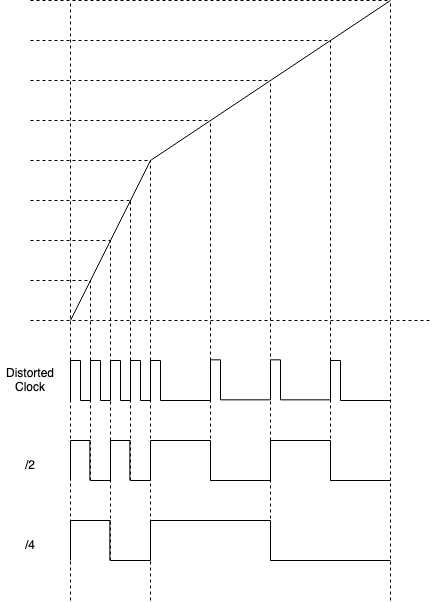
Above: docs/images/clock_divider_swing.drawio.png in pigatron-industries/xen_octasource (draw.io), before the change. Source tidied: cells renumbered, new cells last; positions are measured from the earlier drawing's top-left corner, leaving out a move shared by most shapes.
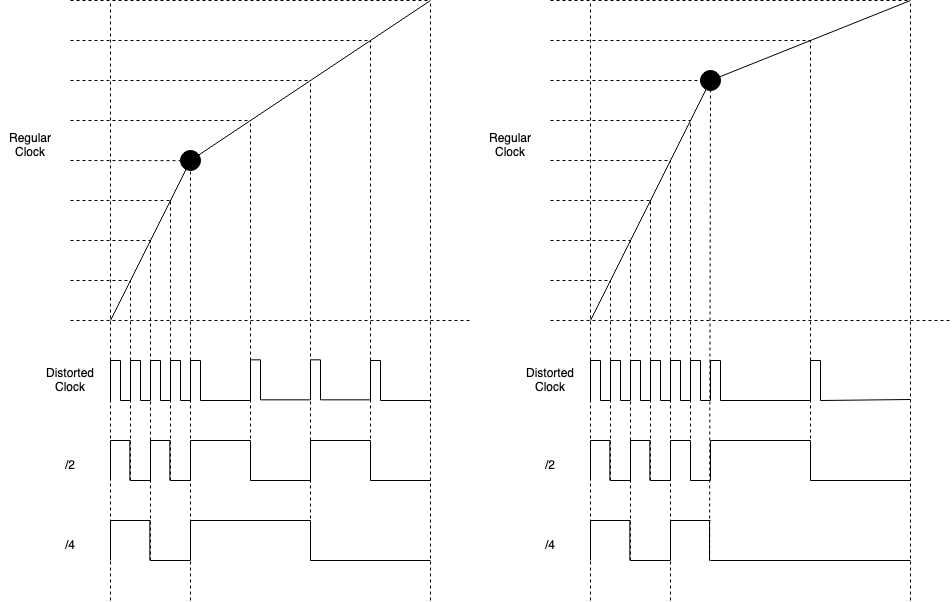
Above is the later version.

Change to the diagram source:
```diff
@@ -40,5 +40,4 @@
     </mxCell>
-    <mxCell id="8" style="endArrow=none;dashed=1;html=1;strokeColor=#000000;" parent="1" edge="1">
+    <mxCell id="8" style="endArrow=none;dashed=1;html=1;strokeColor=#000000;startArrow=none;" parent="1" edge="1" source="171">
       <mxGeometry relative="1" as="geometry">
-        <mxPoint x="30" y="160" as="sourcePoint" />
         <mxPoint x="150" y="160" as="targetPoint" />
@@ -481,2 +480,503 @@
     </mxCell>
+    <mxCell id="85" value="Regular Clock" style="text;html=1;strokeColor=none;fillColor=none;align=center;verticalAlign=middle;whiteSpace=wrap;rounded=0;" parent="1" vertex="1">
+      <mxGeometry x="-40" y="130" width="60" height="30" as="geometry" />
+    </mxCell>
+    <mxCell id="86" style="endArrow=none;dashed=1;html=1;strokeColor=#000000;" parent="1" edge="1">
+      <mxGeometry relative="1" as="geometry">
+        <mxPoint x="510" y="320" as="sourcePoint" />
+        <mxPoint x="910" y="320" as="targetPoint" />
+      </mxGeometry>
+    </mxCell>
+    <mxCell id="87" style="endArrow=none;html=1;rounded=0;" parent="1" edge="1">
+      <mxGeometry relative="1" as="geometry">
+        <mxPoint x="670" y="80" as="sourcePoint" />
+        <mxPoint x="550" y="320" as="targetPoint" />
+      </mxGeometry>
+    </mxCell>
+    <mxCell id="88" style="endArrow=none;html=1;rounded=0;" parent="1" edge="1">
+      <mxGeometry relative="1" as="geometry">
+        <mxPoint x="870" as="sourcePoint" />
+        <mxPoint x="670" y="80" as="targetPoint" />
+      </mxGeometry>
+    </mxCell>
+    <mxCell id="89" style="endArrow=none;dashed=1;html=1;strokeColor=#000000;" parent="1" edge="1">
+      <mxGeometry relative="1" as="geometry">
+        <mxPoint x="510" y="280" as="sourcePoint" />
+        <mxPoint x="570" y="280" as="targetPoint" />
+      </mxGeometry>
+    </mxCell>
+    <mxCell id="90" style="endArrow=none;dashed=1;html=1;strokeColor=#000000;" parent="1" edge="1">
+      <mxGeometry relative="1" as="geometry">
+        <mxPoint x="510" y="240" as="sourcePoint" />
+        <mxPoint x="590" y="240" as="targetPoint" />
+      </mxGeometry>
+    </mxCell>
+    <mxCell id="91" style="endArrow=none;dashed=1;html=1;strokeColor=#000000;rounded=0;" parent="1" edge="1">
+      <mxGeometry relative="1" as="geometry">
+        <mxPoint x="510" y="200" as="sourcePoint" />
+        <mxPoint x="610" y="200" as="targetPoint" />
+      </mxGeometry>
+    </mxCell>
+    <mxCell id="92" style="endArrow=none;dashed=1;html=1;strokeColor=#000000;" parent="1" edge="1">
+      <mxGeometry relative="1" as="geometry">
+        <mxPoint x="510" y="160" as="sourcePoint" />
+        <mxPoint x="630" y="160" as="targetPoint" />
+      </mxGeometry>
+    </mxCell>
+    <mxCell id="93" style="endArrow=none;dashed=1;html=1;strokeColor=#000000;" parent="1" edge="1">
+      <mxGeometry relative="1" as="geometry">
+        <mxPoint x="510" y="120" as="sourcePoint" />
+        <mxPoint x="650" y="120" as="targetPoint" />
+      </mxGeometry>
+    </mxCell>
+    <mxCell id="94" style="endArrow=none;dashed=1;html=1;strokeColor=#000000;" parent="1" edge="1">
+      <mxGeometry relative="1" as="geometry">
+        <mxPoint x="510" y="80" as="sourcePoint" />
+        <mxPoint x="670" y="80" as="targetPoint" />
+      </mxGeometry>
+    </mxCell>
+    <mxCell id="95" style="endArrow=none;dashed=1;html=1;strokeColor=#000000;" parent="1" edge="1">
+      <mxGeometry relative="1" as="geometry">
+        <mxPoint x="510" y="40" as="sourcePoint" />
+        <mxPoint x="770" y="40" as="targetPoint" />
+      </mxGeometry>
+    </mxCell>
+    <mxCell id="96" style="endArrow=none;dashed=1;html=1;strokeColor=#000000;" parent="1" edge="1">
+      <mxGeometry relative="1" as="geometry">
+        <mxPoint x="510" as="sourcePoint" />
+        <mxPoint x="870" as="targetPoint" />
+      </mxGeometry>
+    </mxCell>
+    <mxCell id="97" style="endArrow=none;dashed=1;html=1;strokeWidth=1;rounded=0;startArrow=none;" parent="1" edge="1" source="173">
+      <mxGeometry relative="1" as="geometry">
+        <mxPoint x="669" y="80" as="targetPoint" />
+      </mxGeometry>
+    </mxCell>
+    <mxCell id="98" style="endArrow=none;dashed=1;html=1;strokeWidth=1;rounded=0;" parent="1" edge="1">
+      <mxGeometry relative="1" as="geometry">
+        <mxPoint x="630" y="600" as="sourcePoint" />
+        <mxPoint x="630" y="160" as="targetPoint" />
+      </mxGeometry>
+    </mxCell>
+    <mxCell id="99" style="endArrow=none;dashed=1;html=1;strokeWidth=1;rounded=0;" parent="1" edge="1">
+      <mxGeometry relative="1" as="geometry">
+        <mxPoint x="650" y="480" as="sourcePoint" />
+        <mxPoint x="650" y="120" as="targetPoint" />
+      </mxGeometry>
+    </mxCell>
+    <mxCell id="100" style="endArrow=none;dashed=1;html=1;strokeWidth=1;rounded=0;" parent="1" edge="1">
+      <mxGeometry relative="1" as="geometry">
+        <mxPoint x="550" y="600" as="sourcePoint" />
+        <mxPoint x="550" as="targetPoint" />
+      </mxGeometry>
+    </mxCell>
+    <mxCell id="101" style="endArrow=none;dashed=1;html=1;strokeWidth=1;rounded=0;" parent="1" edge="1">
+      <mxGeometry relative="1" as="geometry">
+        <mxPoint x="570" y="480" as="sourcePoint" />
+        <mxPoint x="570" y="280" as="targetPoint" />
+      </mxGeometry>
+    </mxCell>
+    <mxCell id="102" style="endArrow=none;dashed=1;html=1;strokeWidth=1;rounded=0;" parent="1" edge="1">
+      <mxGeometry relative="1" as="geometry">
+        <mxPoint x="590" y="560" as="sourcePoint" />
+        <mxPoint x="590" y="240" as="targetPoint" />
+      </mxGeometry>
+    </mxCell>
+    <mxCell id="103" style="endArrow=none;dashed=1;html=1;strokeWidth=1;rounded=0;" parent="1" edge="1">
+      <mxGeometry relative="1" as="geometry">
+        <mxPoint x="610" y="480" as="sourcePoint" />
+        <mxPoint x="610" y="200" as="targetPoint" />
+      </mxGeometry>
+    </mxCell>
+    <mxCell id="104" style="endArrow=none;dashed=1;html=1;strokeWidth=1;rounded=0;" parent="1" edge="1">
+      <mxGeometry relative="1" as="geometry">
+        <mxPoint x="770" y="480" as="sourcePoint" />
+        <mxPoint x="770" y="40" as="targetPoint" />
+      </mxGeometry>
+    </mxCell>
+    <mxCell id="105" style="endArrow=none;dashed=1;html=1;strokeWidth=1;rounded=0;" parent="1" edge="1">
+      <mxGeometry relative="1" as="geometry">
+        <mxPoint x="870" y="600" as="sourcePoint" />
+        <mxPoint x="870" as="targetPoint" />
+      </mxGeometry>
+    </mxCell>
+    <mxCell id="106" style="group;" parent="1" vertex="1">
+      <mxGeometry x="550" y="360" width="20" height="40" as="geometry" />
+    </mxCell>
+    <mxCell id="107" style="endArrow=none;html=1;rounded=0;" parent="106" edge="1">
+      <mxGeometry relative="1" as="geometry">
+        <mxPoint y="40" as="sourcePoint" />
+        <mxPoint as="targetPoint" />
+      </mxGeometry>
+    </mxCell>
+    <mxCell id="108" style="endArrow=none;html=1;rounded=0;" parent="106" edge="1">
+      <mxGeometry relative="1" as="geometry">
+        <mxPoint x="10" as="sourcePoint" />
+        <mxPoint as="targetPoint" />
+      </mxGeometry>
+    </mxCell>
+    <mxCell id="109" style="endArrow=none;html=1;rounded=0;" parent="106" edge="1">
+      <mxGeometry relative="1" as="geometry">
+        <mxPoint x="10" y="40" as="sourcePoint" />
+        <mxPoint x="10" as="targetPoint" />
+      </mxGeometry>
+    </mxCell>
+    <mxCell id="110" style="endArrow=none;html=1;rounded=0;" parent="106" edge="1">
+      <mxGeometry relative="1" as="geometry">
+        <mxPoint x="20" y="40" as="sourcePoint" />
+        <mxPoint x="10" y="40" as="targetPoint" />
+      </mxGeometry>
+    </mxCell>
+    <mxCell id="111" style="group;" parent="1" vertex="1">
+      <mxGeometry x="570" y="360" width="20" height="40" as="geometry" />
+    </mxCell>
+    <mxCell id="112" style="endArrow=none;html=1;rounded=0;" parent="111" edge="1">
+      <mxGeometry relative="1" as="geometry">
+        <mxPoint y="40" as="sourcePoint" />
+        <mxPoint as="targetPoint" />
+      </mxGeometry>
+    </mxCell>
+    <mxCell id="113" style="endArrow=none;html=1;rounded=0;" parent="111" edge="1">
+      <mxGeometry relative="1" as="geometry">
+        <mxPoint x="10" as="sourcePoint" />
+        <mxPoint as="targetPoint" />
+      </mxGeometry>
+    </mxCell>
+    <mxCell id="114" style="endArrow=none;html=1;rounded=0;" parent="111" edge="1">
+      <mxGeometry relative="1" as="geometry">
+        <mxPoint x="10" y="40" as="sourcePoint" />
+        <mxPoint x="10" as="targetPoint" />
+      </mxGeometry>
+    </mxCell>
+    <mxCell id="115" style="endArrow=none;html=1;rounded=0;" parent="111" edge="1">
+      <mxGeometry relative="1" as="geometry">
+        <mxPoint x="20" y="40" as="sourcePoint" />
+        <mxPoint x="10" y="40" as="targetPoint" />
+      </mxGeometry>
+    </mxCell>
+    <mxCell id="116" style="group;" parent="1" vertex="1">
+      <mxGeometry x="590" y="360" width="20" height="40" as="geometry" />
+    </mxCell>
+    <mxCell id="117" style="endArrow=none;html=1;rounded=0;" parent="116" edge="1">
+      <mxGeometry relative="1" as="geometry">
+        <mxPoint y="40" as="sourcePoint" />
+        <mxPoint as="targetPoint" />
+      </mxGeometry>
+    </mxCell>
+    <mxCell id="118" style="endArrow=none;html=1;rounded=0;" parent="116" edge="1">
+      <mxGeometry relative="1" as="geometry">
+        <mxPoint x="10" as="sourcePoint" />
+        <mxPoint as="targetPoint" />
+      </mxGeometry>
+    </mxCell>
+    <mxCell id="119" style="endArrow=none;html=1;rounded=0;" parent="116" edge="1">
+      <mxGeometry relative="1" as="geometry">
+        <mxPoint x="10" y="40" as="sourcePoint" />
+        <mxPoint x="10" as="targetPoint" />
+      </mxGeometry>
+    </mxCell>
+    <mxCell id="120" style="endArrow=none;html=1;rounded=0;" parent="116" edge="1">
+      <mxGeometry relative="1" as="geometry">
+        <mxPoint x="20" y="40" as="sourcePoint" />
+        <mxPoint x="10" y="40" as="targetPoint" />
+      </mxGeometry>
+    </mxCell>
+    <mxCell id="121" style="group;" parent="1" vertex="1">
+      <mxGeometry x="610" y="360" width="20" height="40" as="geometry" />
+    </mxCell>
+    <mxCell id="122" style="endArrow=none;html=1;rounded=0;" parent="121" edge="1">
+      <mxGeometry relative="1" as="geometry">
+        <mxPoint y="40" as="sourcePoint" />
+        <mxPoint as="targetPoint" />
+      </mxGeometry>
+    </mxCell>
+    <mxCell id="123" style="endArrow=none;html=1;rounded=0;" parent="121" edge="1">
+      <mxGeometry relative="1" as="geometry">
+        <mxPoint x="10" as="sourcePoint" />
+        <mxPoint as="targetPoint" />
+      </mxGeometry>
+    </mxCell>
+    <mxCell id="124" style="endArrow=none;html=1;rounded=0;" parent="121" edge="1">
+      <mxGeometry relative="1" as="geometry">
+        <mxPoint x="10" y="40" as="sourcePoint" />
+        <mxPoint x="10" as="targetPoint" />
+      </mxGeometry>
+    </mxCell>
+    <mxCell id="125" style="endArrow=none;html=1;rounded=0;" parent="121" edge="1">
+      <mxGeometry relative="1" as="geometry">
+        <mxPoint x="20" y="40" as="sourcePoint" />
+        <mxPoint x="10" y="40" as="targetPoint" />
+      </mxGeometry>
+    </mxCell>
+    <mxCell id="126" style="endArrow=none;html=1;rounded=0;" parent="1" edge="1">
+      <mxGeometry relative="1" as="geometry">
+        <mxPoint x="630" y="400" as="sourcePoint" />
+        <mxPoint x="630" y="360" as="targetPoint" />
+      </mxGeometry>
+    </mxCell>
+    <mxCell id="127" style="endArrow=none;html=1;rounded=0;" parent="1" edge="1">
+      <mxGeometry relative="1" as="geometry">
+        <mxPoint x="640" y="360" as="sourcePoint" />
+        <mxPoint x="630" y="360" as="targetPoint" />
+      </mxGeometry>
+    </mxCell>
+    <mxCell id="128" style="endArrow=none;html=1;rounded=0;" parent="1" edge="1">
+      <mxGeometry relative="1" as="geometry">
+        <mxPoint x="640" y="400" as="sourcePoint" />
+        <mxPoint x="640" y="360" as="targetPoint" />
+      </mxGeometry>
+    </mxCell>
+    <mxCell id="129" style="endArrow=none;html=1;rounded=0;" parent="1" edge="1">
+      <mxGeometry relative="1" as="geometry">
+        <mxPoint x="650" y="400" as="sourcePoint" />
+        <mxPoint x="640" y="400" as="targetPoint" />
+      </mxGeometry>
+    </mxCell>
+    <mxCell id="130" style="endArrow=none;html=1;rounded=0;" parent="1" edge="1">
+      <mxGeometry relative="1" as="geometry">
+        <mxPoint x="670" y="400" as="sourcePoint" />
+        <mxPoint x="670" y="360" as="targetPoint" />
+      </mxGeometry>
+    </mxCell>
+    <mxCell id="131" style="endArrow=none;html=1;rounded=0;" parent="1" edge="1">
+      <mxGeometry relative="1" as="geometry">
+        <mxPoint x="680" y="360" as="sourcePoint" />
+        <mxPoint x="670" y="360" as="targetPoint" />
+      </mxGeometry>
+    </mxCell>
+    <mxCell id="132" style="endArrow=none;html=1;rounded=0;" parent="1" edge="1">
+      <mxGeometry relative="1" as="geometry">
+        <mxPoint x="780" y="400" as="sourcePoint" />
+        <mxPoint x="780" y="360" as="targetPoint" />
+      </mxGeometry>
+    </mxCell>
+    <mxCell id="133" style="endArrow=none;html=1;rounded=0;" parent="1" edge="1">
+      <mxGeometry relative="1" as="geometry">
+        <mxPoint x="870" y="399" as="sourcePoint" />
+        <mxPoint x="780" y="400" as="targetPoint" />
+      </mxGeometry>
+    </mxCell>
+    <mxCell id="134" style="endArrow=none;html=1;rounded=0;" parent="1" edge="1">
+      <mxGeometry relative="1" as="geometry">
+        <mxPoint x="550" y="440" as="sourcePoint" />
+        <mxPoint x="550" y="480" as="targetPoint" />
+      </mxGeometry>
+    </mxCell>
+    <mxCell id="135" style="endArrow=none;html=1;rounded=0;" parent="1" edge="1">
+      <mxGeometry relative="1" as="geometry">
+        <mxPoint x="550" y="440" as="sourcePoint" />
+        <mxPoint x="570" y="440" as="targetPoint" />
+      </mxGeometry>
+    </mxCell>
+    <mxCell id="136" style="endArrow=none;html=1;rounded=0;" parent="1" edge="1">
+      <mxGeometry relative="1" as="geometry">
+        <mxPoint x="569.3" y="440" as="sourcePoint" />
+        <mxPoint x="569.3" y="480" as="targetPoint" />
+      </mxGeometry>
+    </mxCell>
+    <mxCell id="137" style="endArrow=none;html=1;rounded=0;" parent="1" edge="1">
+      <mxGeometry relative="1" as="geometry">
+        <mxPoint x="570" y="480" as="sourcePoint" />
+        <mxPoint x="590" y="480" as="targetPoint" />
+      </mxGeometry>
+    </mxCell>
+    <mxCell id="138" style="endArrow=none;html=1;rounded=0;" parent="1" edge="1">
+      <mxGeometry relative="1" as="geometry">
+        <mxPoint x="590" y="440" as="sourcePoint" />
+        <mxPoint x="590" y="480" as="targetPoint" />
+      </mxGeometry>
+    </mxCell>
+    <mxCell id="139" style="endArrow=none;html=1;rounded=0;" parent="1" edge="1">
+      <mxGeometry relative="1" as="geometry">
+        <mxPoint x="590" y="440" as="sourcePoint" />
+        <mxPoint x="610" y="440" as="targetPoint" />
+      </mxGeometry>
+    </mxCell>
+    <mxCell id="140" style="endArrow=none;html=1;rounded=0;" parent="1" edge="1">
+      <mxGeometry relative="1" as="geometry">
+        <mxPoint x="609.3" y="440" as="sourcePoint" />
+        <mxPoint x="609.3" y="480" as="targetPoint" />
+      </mxGeometry>
+    </mxCell>
+    <mxCell id="141" style="endArrow=none;html=1;rounded=0;" parent="1" edge="1">
+      <mxGeometry relative="1" as="geometry">
+        <mxPoint x="610" y="480" as="sourcePoint" />
+        <mxPoint x="630" y="480" as="targetPoint" />
+      </mxGeometry>
+    </mxCell>
+    <mxCell id="142" style="endArrow=none;html=1;rounded=0;" parent="1" edge="1">
+      <mxGeometry relative="1" as="geometry">
+        <mxPoint x="630" y="440" as="sourcePoint" />
+        <mxPoint x="630" y="480" as="targetPoint" />
+      </mxGeometry>
+    </mxCell>
+    <mxCell id="143" style="endArrow=none;html=1;rounded=0;" parent="1" edge="1">
+      <mxGeometry relative="1" as="geometry">
+        <mxPoint x="630" y="440" as="sourcePoint" />
+        <mxPoint x="650" y="440" as="targetPoint" />
+      </mxGeometry>
+    </mxCell>
+    <mxCell id="144" style="endArrow=none;html=1;rounded=0;" parent="1" edge="1">
+      <mxGeometry relative="1" as="geometry">
+        <mxPoint x="650" y="440" as="sourcePoint" />
+        <mxPoint x="650" y="480" as="targetPoint" />
+      </mxGeometry>
+    </mxCell>
+    <mxCell id="145" style="endArrow=none;html=1;rounded=0;" parent="1" edge="1">
+      <mxGeometry relative="1" as="geometry">
+        <mxPoint x="650" y="480" as="sourcePoint" />
+        <mxPoint x="670" y="480" as="targetPoint" />
+      </mxGeometry>
+    </mxCell>
+    <mxCell id="146" style="endArrow=none;html=1;rounded=0;" parent="1" edge="1">
+      <mxGeometry relative="1" as="geometry">
+        <mxPoint x="670" y="440" as="sourcePoint" />
+        <mxPoint x="670" y="480" as="targetPoint" />
+      </mxGeometry>
+    </mxCell>
+    <mxCell id="147" style="endArrow=none;html=1;rounded=0;" parent="1" edge="1">
+      <mxGeometry relative="1" as="geometry">
+        <mxPoint x="670" y="440" as="sourcePoint" />
+        <mxPoint x="770" y="440" as="targetPoint" />
+      </mxGeometry>
+    </mxCell>
+    <mxCell id="148" style="endArrow=none;html=1;rounded=0;" parent="1" edge="1">
+      <mxGeometry relative="1" as="geometry">
+        <mxPoint x="770" y="440" as="sourcePoint" />
+        <mxPoint x="770" y="480" as="targetPoint" />
+      </mxGeometry>
+    </mxCell>
+    <mxCell id="149" style="endArrow=none;html=1;rounded=0;" parent="1" edge="1">
+      <mxGeometry relative="1" as="geometry">
+        <mxPoint x="770" y="480" as="sourcePoint" />
+        <mxPoint x="870" y="480" as="targetPoint" />
+      </mxGeometry>
+    </mxCell>
+    <mxCell id="150" style="endArrow=none;html=1;rounded=0;" parent="1" edge="1">
+      <mxGeometry relative="1" as="geometry">
+        <mxPoint x="550" y="520" as="sourcePoint" />
+        <mxPoint x="550" y="560" as="targetPoint" />
+      </mxGeometry>
+    </mxCell>
+    <mxCell id="151" style="endArrow=none;html=1;rounded=0;" parent="1" edge="1">
+      <mxGeometry relative="1" as="geometry">
+        <mxPoint x="550" y="520" as="sourcePoint" />
+        <mxPoint x="590" y="520" as="targetPoint" />
+      </mxGeometry>
+    </mxCell>
+    <mxCell id="152" style="endArrow=none;html=1;rounded=0;" parent="1" edge="1">
+      <mxGeometry relative="1" as="geometry">
+        <mxPoint x="589.3" y="520" as="sourcePoint" />
+        <mxPoint x="589.3" y="560" as="targetPoint" />
+      </mxGeometry>
+    </mxCell>
+    <mxCell id="153" style="endArrow=none;html=1;rounded=0;" parent="1" edge="1">
+      <mxGeometry relative="1" as="geometry">
+        <mxPoint x="590" y="560" as="sourcePoint" />
+        <mxPoint x="630" y="560" as="targetPoint" />
+      </mxGeometry>
+    </mxCell>
+    <mxCell id="154" style="endArrow=none;html=1;rounded=0;" parent="1" edge="1">
+      <mxGeometry relative="1" as="geometry">
+        <mxPoint x="630" y="520" as="sourcePoint" />
+        <mxPoint x="630" y="560" as="targetPoint" />
+      </mxGeometry>
+    </mxCell>
+    <mxCell id="155" style="endArrow=none;html=1;rounded=0;" parent="1" edge="1">
+      <mxGeometry relative="1" as="geometry">
+        <mxPoint x="630" y="520" as="sourcePoint" />
+        <mxPoint x="670" y="520" as="targetPoint" />
+      </mxGeometry>
+    </mxCell>
+    <mxCell id="156" style="endArrow=none;html=1;rounded=0;" parent="1" edge="1">
+      <mxGeometry relative="1" as="geometry">
+        <mxPoint x="669" y="520" as="sourcePoint" />
+        <mxPoint x="669" y="560" as="targetPoint" />
+      </mxGeometry>
+    </mxCell>
+    <mxCell id="157" style="endArrow=none;html=1;rounded=0;" parent="1" edge="1">
+      <mxGeometry relative="1" as="geometry">
+        <mxPoint x="670" y="560" as="sourcePoint" />
+        <mxPoint x="870" y="560" as="targetPoint" />
+      </mxGeometry>
+    </mxCell>
+    <mxCell id="158" value="Distorted Clock" style="text;html=1;strokeColor=none;fillColor=none;align=center;verticalAlign=middle;whiteSpace=wrap;rounded=0;" parent="1" vertex="1">
+      <mxGeometry x="480" y="365" width="60" height="30" as="geometry" />
+    </mxCell>
+    <mxCell id="159" value="/2" style="text;html=1;strokeColor=none;fillColor=none;align=center;verticalAlign=middle;whiteSpace=wrap;rounded=0;" parent="1" vertex="1">
+      <mxGeometry x="480" y="450" width="60" height="30" as="geometry" />
+    </mxCell>
+    <mxCell id="160" value="/4" style="text;html=1;strokeColor=none;fillColor=none;align=center;verticalAlign=middle;whiteSpace=wrap;rounded=0;" parent="1" vertex="1">
+      <mxGeometry x="480" y="530" width="60" height="30" as="geometry" />
+    </mxCell>
+    <mxCell id="161" value="Regular Clock" style="text;html=1;strokeColor=none;fillColor=none;align=center;verticalAlign=middle;whiteSpace=wrap;rounded=0;" parent="1" vertex="1">
+      <mxGeometry x="440" y="130" width="60" height="30" as="geometry" />
+    </mxCell>
+    <mxCell id="162" style="group;" parent="1" vertex="1">
+      <mxGeometry x="650" y="360" width="20" height="40" as="geometry" />
+    </mxCell>
+    <mxCell id="163" style="endArrow=none;html=1;rounded=0;" parent="162" edge="1">
+      <mxGeometry relative="1" as="geometry">
+        <mxPoint y="40" as="sourcePoint" />
+        <mxPoint as="targetPoint" />
+      </mxGeometry>
+    </mxCell>
+    <mxCell id="164" style="endArrow=none;html=1;rounded=0;" parent="162" edge="1">
+      <mxGeometry relative="1" as="geometry">
+        <mxPoint x="10" as="sourcePoint" />
+        <mxPoint as="targetPoint" />
+      </mxGeometry>
+    </mxCell>
+    <mxCell id="165" style="endArrow=none;html=1;rounded=0;" parent="162" edge="1">
+      <mxGeometry relative="1" as="geometry">
+        <mxPoint x="10" y="40" as="sourcePoint" />
+        <mxPoint x="10" as="targetPoint" />
+      </mxGeometry>
+    </mxCell>
+    <mxCell id="166" style="endArrow=none;html=1;rounded=0;" parent="162" edge="1">
+      <mxGeometry relative="1" as="geometry">
+        <mxPoint x="20" y="40" as="sourcePoint" />
+        <mxPoint x="10" y="40" as="targetPoint" />
+      </mxGeometry>
+    </mxCell>
+    <mxCell id="167" style="endArrow=none;html=1;rounded=0;" parent="1" edge="1">
+      <mxGeometry relative="1" as="geometry">
+        <mxPoint x="680" y="400" as="sourcePoint" />
+        <mxPoint x="680" y="360" as="targetPoint" />
+      </mxGeometry>
+    </mxCell>
+    <mxCell id="168" style="endArrow=none;html=1;rounded=0;" parent="1" edge="1">
+      <mxGeometry relative="1" as="geometry">
+        <mxPoint x="770" y="400" as="sourcePoint" />
+        <mxPoint x="770" y="360" as="targetPoint" />
+      </mxGeometry>
+    </mxCell>
+    <mxCell id="169" style="endArrow=none;html=1;rounded=0;" parent="1" edge="1">
+      <mxGeometry relative="1" as="geometry">
+        <mxPoint x="770" y="400" as="sourcePoint" />
+        <mxPoint x="680" y="400" as="targetPoint" />
+      </mxGeometry>
+    </mxCell>
+    <mxCell id="170" style="endArrow=none;html=1;rounded=0;" parent="1" edge="1">
+      <mxGeometry relative="1" as="geometry">
+        <mxPoint x="780" y="360" as="sourcePoint" />
+        <mxPoint x="770" y="360" as="targetPoint" />
+      </mxGeometry>
+    </mxCell>
+    <mxCell id="171" style="ellipse;whiteSpace=wrap;html=1;fillColor=#000000;" parent="1" vertex="1">
+      <mxGeometry x="140" y="150" width="20" height="20" as="geometry" />
+    </mxCell>
+    <mxCell id="172" style="endArrow=none;dashed=1;html=1;strokeColor=#000000;" parent="1" edge="1" target="171">
+      <mxGeometry relative="1" as="geometry">
+        <mxPoint x="30" y="160" as="sourcePoint" />
+      </mxGeometry>
+    </mxCell>
+    <mxCell id="173" style="ellipse;whiteSpace=wrap;html=1;fillColor=#000000;" parent="1" vertex="1">
+      <mxGeometry x="660" y="70" width="20" height="20" as="geometry" />
+    </mxCell>
+    <mxCell id="174" style="endArrow=none;dashed=1;html=1;strokeWidth=1;rounded=0;" parent="1" edge="1" target="173">
+      <mxGeometry relative="1" as="geometry">
+        <mxPoint x="669.1" y="560" as="sourcePoint" />
+      </mxGeometry>
+    </mxCell>
   </root>
```
